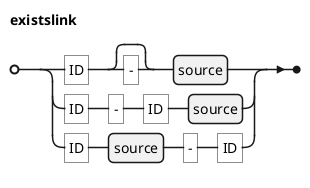
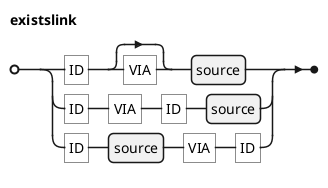
@startebnf
' border and background
skinparam legendBorderColor transparent
skinparam legendBackgroundColor white

'title existslink

- existslink = "ID", ["-"], source
-   | "ID", "-", "ID", source
-   | "ID", source, "-", "ID"
+ existslink = "ID", ["VIA"], source
+   | "ID", "VIA", "ID", source
+   | "ID", source, "VIA", "ID"
;

@endebnf
